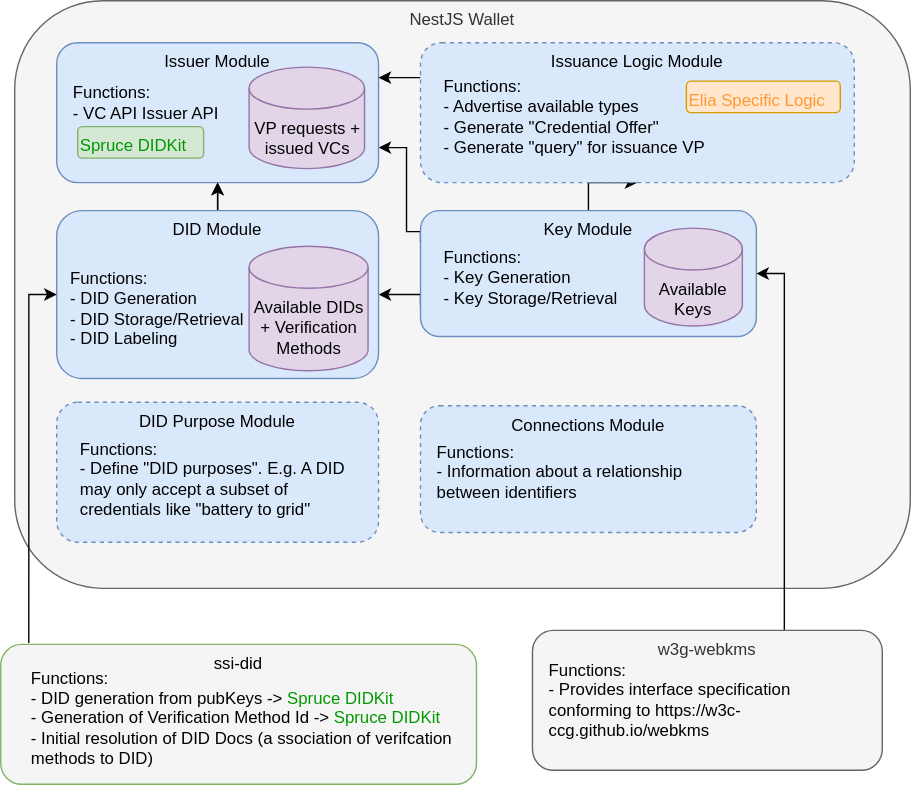
Above: ssi-wallet-architecture.drawio.svg in openwallet-foundation-labs/vc-api (draw.io), before the change. Source tidied: cells renumbered, new cells last; positions are measured from the earlier drawing's top-left corner, leaving out a move shared by most shapes.
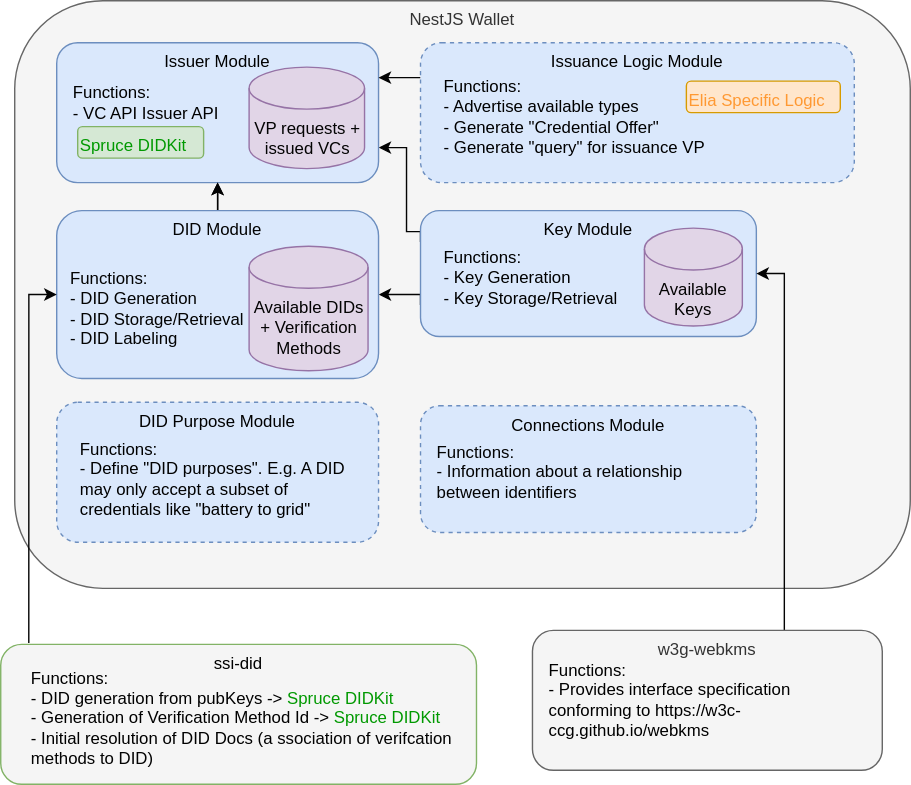
The same diagram one commit later.

Commit message:
docs: remove arrow between issuance logic and key

The edit, as a diff of the source:
```diff
@@ -5,9 +5,6 @@
     <mxCell id="2" value="NestJS Wallet" style="rounded=1;whiteSpace=wrap;html=1;verticalAlign=top;fontColor=#333333;strokeColor=#666666;fillColor=#F5F5F5;" parent="1" vertex="1">
       <mxGeometry x="10" width="640" height="420" as="geometry" />
     </mxCell>
-    <mxCell id="3" style="edgeStyle=orthogonalEdgeStyle;rounded=0;jettySize=auto;html=1;exitX=0.5;exitY=0;exitDx=0;exitDy=0;entryX=0.5;entryY=1;entryDx=0;entryDy=0;" parent="1" edge="1" source="6" target="20">
-      <mxGeometry relative="1" as="geometry" />
-    </mxCell>
     <mxCell id="4" style="edgeStyle=orthogonalEdgeStyle;rounded=0;jettySize=auto;html=1;exitX=0;exitY=0.25;exitDx=0;exitDy=0;entryX=1;entryY=0.75;entryDx=0;entryDy=0;strokeColor=#030303;" parent="1" edge="1" source="6" target="9">
       <mxGeometry relative="1" as="geometry">
         <Array as="points">
```
